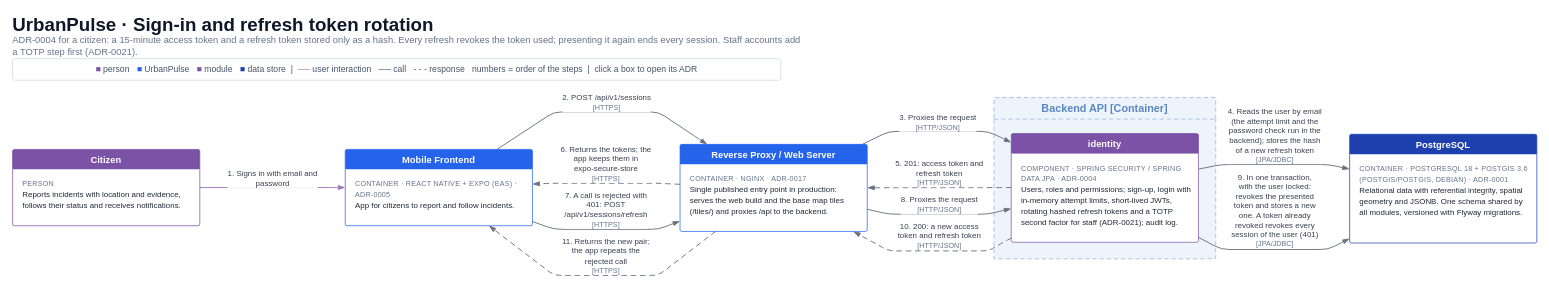
Before: page "9 · Sign-in and refresh token rotation" (9 of 10) of docs/architecture/UrbanPulse-C4.drawio in Dalibex/urban-incidence-manager, a draw.io diagram. Source tidied: cells renumbered, new cells numbered last; positions are measured from the earlier drawing's top-left corner, leaving out a move shared by most shapes. Both pictures are drawn from the tidied source at 72%, with x=0, y=0 at pixel (12, 12).
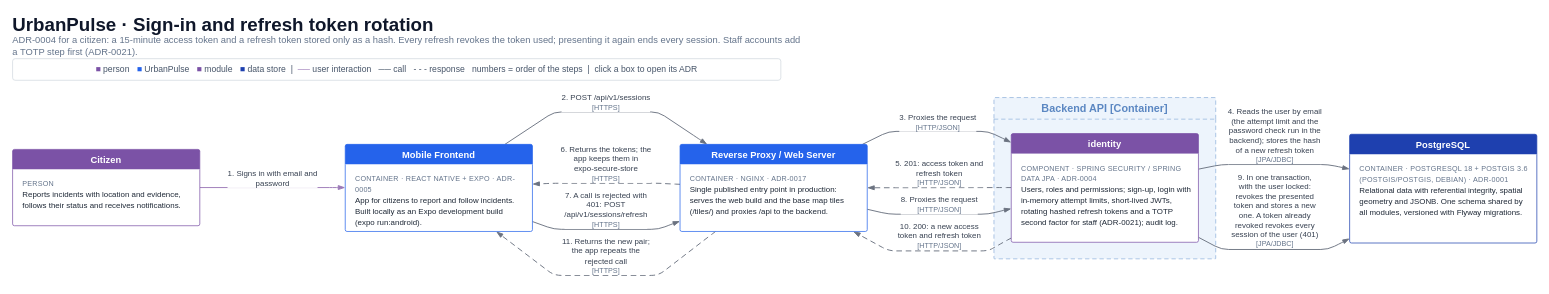
The same diagram, later.

Commit message (it also covers changes not shown here):
docs(c4): match the mobile app and the cache to what is built

The mobile app keeps no offline drafts and has no AsyncStorage, and it is built locally as an Expo development build, not with EAS. In development it loads the base map from the Vite server, a relation the deployment view lacked. The Redis container cited ADR-0012, which ADR-0022 superseded. The draw.io file is regenerated from the DSL.

Agent-assisted.

Closes #291

Unchanged cells that the change refers to:
```xml
<mxCell id="25" value="Reverse Proxy / Web Server" style="swimlane;html=1;whiteSpace=wrap;rounded=1;arcSize=3;startSize=28;fillColor=#2563eb;swimlaneFillColor=#FFFFFF;strokeColor=#2563eb;fontColor=#ffffff;fontFamily=Helvetica;fontSize=13;fontStyle=1;swimlaneLine=0;" parent="1" vertex="1">
  <mxGeometry x="927" y="183" width="260" height="121" as="geometry" />
</mxCell>
```

Change to the diagram source:
```diff
@@
     <mxCell id="7" value="2. POST /api/v1/sessions&lt;br&gt;&lt;font style=&quot;font-size:10px&quot; color=&quot;#64748B&quot;&gt;[HTTPS]&lt;/font&gt;" style="edgeStyle=none;rounded=1;arcSize=20;html=1;strokeColor=#6b7280;strokeWidth=1.3;endArrow=blockThin;endFill=1;endSize=7;fontFamily=Helvetica;fontSize=11;fontColor=#374151;labelBackgroundColor=#FFFFFF;spacing=2;" parent="1" edge="1" source="19" target="25">
       <mxGeometry relative="1" as="geometry">
         <Array as="points">
           <mxPoint x="752" y="138" />
           <mxPoint x="897" y="138" />
           <mxPoint x="954" y="176" />
         </Array>
-        <mxPoint x="7" y="-13" as="offset" />
+        <mxPoint y="-13" as="offset" />
       </mxGeometry>
     </mxCell>
@@
     <mxCell id="16" value="11. Returns the new pair;&lt;br&gt;the app repeats the&lt;br&gt;rejected call&lt;br&gt;&lt;font style=&quot;font-size:10px&quot; color=&quot;#64748B&quot;&gt;[HTTPS]&lt;/font&gt;" style="edgeStyle=none;rounded=1;arcSize=20;html=1;strokeColor=#6b7280;strokeWidth=1.3;endArrow=blockThin;endFill=1;endSize=7;dashed=1;dashPattern=6 4;fontFamily=Helvetica;fontSize=11;fontColor=#374151;labelBackgroundColor=#FFFFFF;spacing=2;" parent="1" edge="1" source="25" target="19">
       <mxGeometry relative="1" as="geometry">
         <Array as="points">
           <mxPoint x="967" y="311" />
           <mxPoint x="897" y="365" />
           <mxPoint x="752" y="365" />
         </Array>
-        <mxPoint x="6" y="-27" as="offset" />
+        <mxPoint y="-27" as="offset" />
       </mxGeometry>
     </mxCell>
@@
     <mxCell id="19" value="Mobile Frontend" style="swimlane;html=1;whiteSpace=wrap;rounded=1;arcSize=3;startSize=28;fillColor=#2563eb;swimlaneFillColor=#FFFFFF;strokeColor=#2563eb;fontColor=#ffffff;fontFamily=Helvetica;fontSize=13;fontStyle=1;swimlaneLine=0;" parent="1" vertex="1">
-      <mxGeometry x="462" y="190" width="260" height="106" as="geometry" />
+      <mxGeometry x="462" y="183" width="260" height="121" as="geometry" />
     </mxCell>
-    <mxCell id="20" value="&lt;div style=&quot;color:#64748B;font-size:10px;line-height:15px;letter-spacing:0.3px;&quot;&gt;CONTAINER · REACT NATIVE + EXPO (EAS) · ADR-0005&lt;/div&gt;&lt;div style=&quot;line-height:15px;&quot;&gt;App for citizens to report and follow incidents.&lt;/div&gt;" style="text;html=1;whiteSpace=wrap;align=left;verticalAlign=top;fontFamily=Helvetica;fontSize=11;fontColor=#1F2937;spacingLeft=12;spacingRight=10;spacingTop=6;" parent="19" vertex="1">
-      <mxGeometry y="28" width="260" height="78" as="geometry" />
+    <mxCell id="20" value="&lt;div style=&quot;color:#64748B;font-size:10px;line-height:15px;letter-spacing:0.3px;&quot;&gt;CONTAINER · REACT NATIVE + EXPO · ADR-0005&lt;/div&gt;&lt;div style=&quot;line-height:15px;&quot;&gt;App for citizens to report and follow incidents. Built locally as an Expo development build (expo run:android).&lt;/div&gt;" style="text;html=1;whiteSpace=wrap;align=left;verticalAlign=top;fontFamily=Helvetica;fontSize=11;fontColor=#1F2937;spacingLeft=12;spacingRight=10;spacingTop=6;" parent="19" vertex="1">
+      <mxGeometry y="28" width="260" height="93" as="geometry" />
     </mxCell>
```
